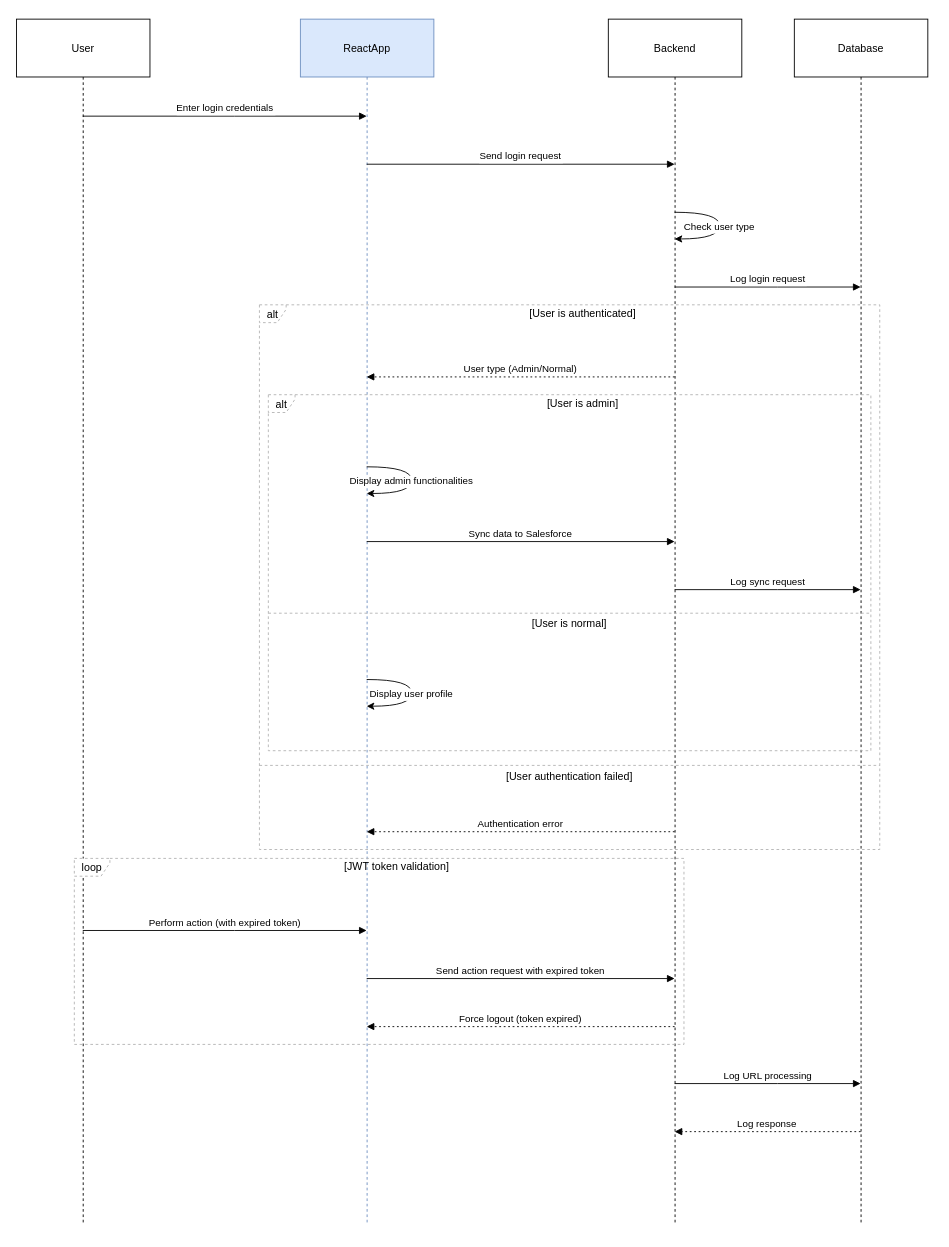
Before: Sahaj.drawio in gauravsfdcdev/Test-branch, a draw.io diagram. Source tidied: cells renumbered, new cells numbered last; positions are measured from the earlier drawing's top-left corner, leaving out a move shared by most shapes. Both pictures are drawn from the tidied source at 89%, with x=0, y=0 at pixel (16, 19).
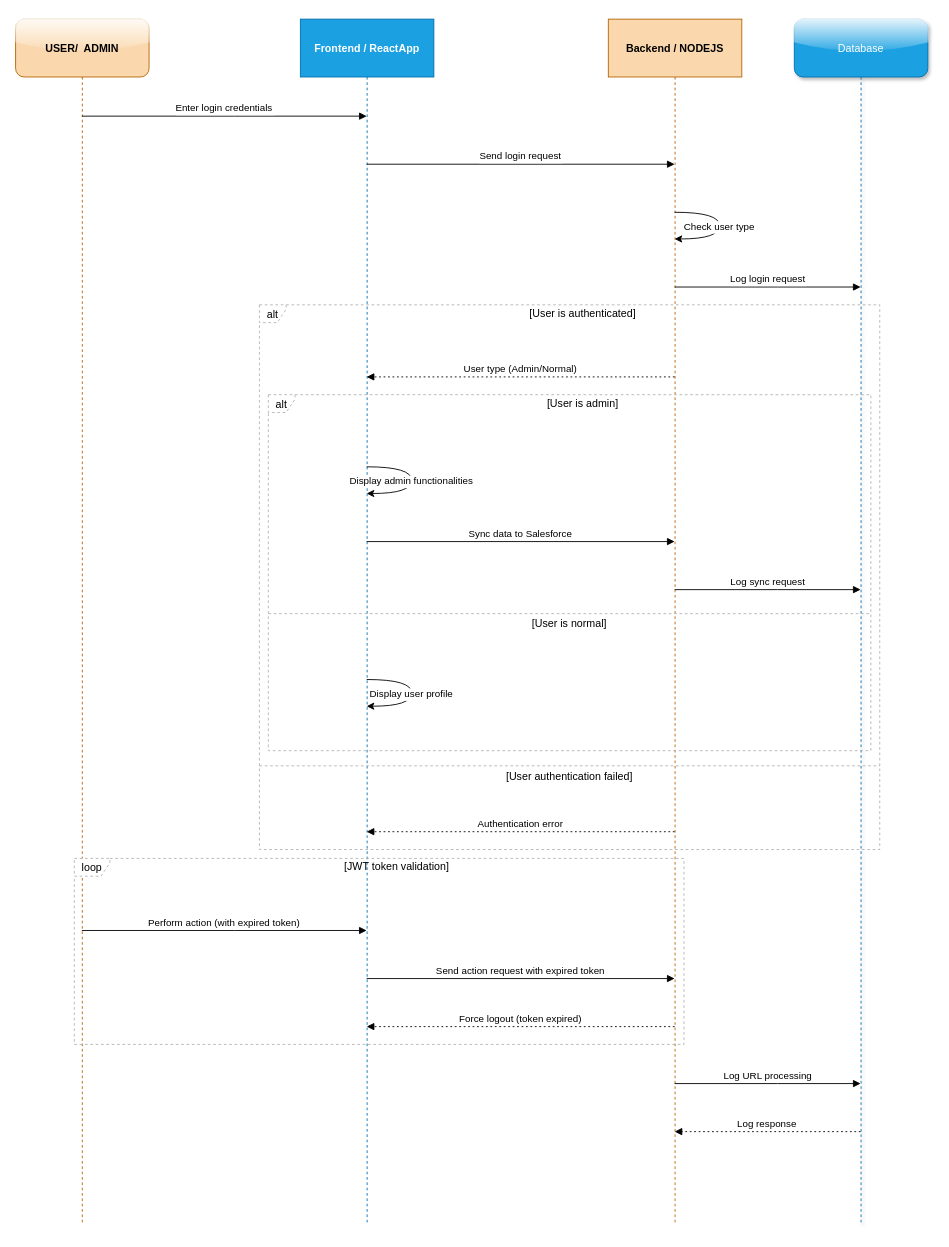
Above is the later version.

Change to the diagram source:
```diff
@@
-    <mxCell id="2" value="User" style="shape=umlLifeline;perimeter=lifelinePerimeter;whiteSpace=wrap;outlineConnect=0;portConstraint=eastwest;newEdgeStyle={&quot;edgeStyle&quot;:&quot;elbowEdgeStyle&quot;,&quot;elbow&quot;:&quot;vertical&quot;,&quot;curved&quot;:0,&quot;rounded&quot;:0};size=65;" parent="1" vertex="1">
-      <mxGeometry width="150" height="1355" as="geometry" />
-    </mxCell>
-    <mxCell id="3" value="ReactApp" style="shape=umlLifeline;perimeter=lifelinePerimeter;whiteSpace=wrap;outlineConnect=0;portConstraint=eastwest;newEdgeStyle={&quot;edgeStyle&quot;:&quot;elbowEdgeStyle&quot;,&quot;elbow&quot;:&quot;vertical&quot;,&quot;curved&quot;:0,&quot;rounded&quot;:0};size=65;fillColor=#dae8fc;strokeColor=#6c8ebf;" parent="1" vertex="1">
-      <mxGeometry x="319" width="150" height="1355" as="geometry" />
-    </mxCell>
-    <mxCell id="4" value="Backend" style="shape=umlLifeline;perimeter=lifelinePerimeter;whiteSpace=wrap;outlineConnect=0;portConstraint=eastwest;newEdgeStyle={&quot;edgeStyle&quot;:&quot;elbowEdgeStyle&quot;,&quot;elbow&quot;:&quot;vertical&quot;,&quot;curved&quot;:0,&quot;rounded&quot;:0};size=65;" parent="1" vertex="1">
-      <mxGeometry x="665" width="150" height="1355" as="geometry" />
-    </mxCell>
+    <mxCell id="29" value="USER/  ADMIN" style="shape=umlLifeline;perimeter=lifelinePerimeter;whiteSpace=wrap;outlineConnect=0;portConstraint=eastwest;newEdgeStyle={&quot;edgeStyle&quot;:&quot;elbowEdgeStyle&quot;,&quot;elbow&quot;:&quot;vertical&quot;,&quot;curved&quot;:0,&quot;rounded&quot;:0};size=65;fontStyle=1;fillColor=#fad7ac;strokeColor=#b46504;rounded=1;glass=1;" parent="1" vertex="1">
+      <mxGeometry x="-1" width="150" height="1355" as="geometry" />
+    </mxCell>
+    <mxCell id="30" value="Frontend / ReactApp" style="shape=umlLifeline;perimeter=lifelinePerimeter;whiteSpace=wrap;outlineConnect=0;portConstraint=eastwest;newEdgeStyle={&quot;edgeStyle&quot;:&quot;elbowEdgeStyle&quot;,&quot;elbow&quot;:&quot;vertical&quot;,&quot;curved&quot;:0,&quot;rounded&quot;:0};size=65;fontStyle=1;fillColor=#1ba1e2;fontColor=#ffffff;strokeColor=#006EAF;gradientColor=none;" parent="1" vertex="1">
+      <mxGeometry x="319" width="150" height="1355" as="geometry" />
+    </mxCell>
+    <mxCell id="31" value="Backend / NODEJS" style="shape=umlLifeline;perimeter=lifelinePerimeter;whiteSpace=wrap;outlineConnect=0;portConstraint=eastwest;newEdgeStyle={&quot;edgeStyle&quot;:&quot;elbowEdgeStyle&quot;,&quot;elbow&quot;:&quot;vertical&quot;,&quot;curved&quot;:0,&quot;rounded&quot;:0};size=65;fontStyle=1;fillColor=#fad7ac;strokeColor=#b46504;" parent="1" vertex="1">
+      <mxGeometry x="665" width="150" height="1355" as="geometry" />
+    </mxCell>
-    <mxCell id="5" value="Database" style="shape=umlLifeline;perimeter=lifelinePerimeter;whiteSpace=wrap;outlineConnect=0;portConstraint=eastwest;newEdgeStyle={&quot;edgeStyle&quot;:&quot;elbowEdgeStyle&quot;,&quot;elbow&quot;:&quot;vertical&quot;,&quot;curved&quot;:0,&quot;rounded&quot;:0};size=65;" parent="1" vertex="1">
+    <mxCell id="5" value="Database" style="shape=umlLifeline;perimeter=lifelinePerimeter;whiteSpace=wrap;outlineConnect=0;portConstraint=eastwest;newEdgeStyle={&quot;edgeStyle&quot;:&quot;elbowEdgeStyle&quot;,&quot;elbow&quot;:&quot;vertical&quot;,&quot;curved&quot;:0,&quot;rounded&quot;:0};size=65;fillColor=#1ba1e2;fontColor=#ffffff;strokeColor=#006EAF;rounded=1;glass=1;shadow=1;" parent="1" vertex="1">
       <mxGeometry x="874" width="150" height="1355" as="geometry" />
     </mxCell>
-    <mxCell id="6" value="alt" style="shape=umlFrame;dashed=1;strokeColor=#B3B3B3;height=20;width=30;" parent="1" vertex="1">
-      <mxGeometry x="283" y="422" width="677" height="400" as="geometry" />
-    </mxCell>
+    <mxCell id="32" value="alt" style="shape=umlFrame;dashed=1;strokeColor=#B3B3B3;height=20;width=30;" parent="1" vertex="1">
+      <mxGeometry x="283" y="422" width="677" height="400" as="geometry" />
+    </mxCell>
-    <mxCell id="7" value="[User is admin]" style="text;strokeColor=none;fillColor=none;align=center;verticalAlign=middle;whiteSpace=wrap;" parent="6" vertex="1">
+    <mxCell id="7" value="[User is admin]" style="text;strokeColor=none;fillColor=none;align=center;verticalAlign=middle;whiteSpace=wrap;" parent="32" vertex="1">
       <mxGeometry x="30" width="647" height="20" as="geometry" />
     </mxCell>
-    <mxCell id="8" value="[User is normal]" style="shape=line;dashed=1;whiteSpace=wrap;verticalAlign=top;labelPosition=center;verticalLabelPosition=middle;align=center;strokeColor=#B3B3B3;" parent="6" vertex="1">
-      <mxGeometry y="244" width="677" height="3" as="geometry" />
+    <mxCell id="8" value="[User is normal]" style="shape=line;dashed=1;whiteSpace=wrap;verticalAlign=top;labelPosition=center;verticalLabelPosition=middle;align=center;strokeColor=#B3B3B3;" parent="32" vertex="1">
+      <mxGeometry y="244" width="677" height="4" as="geometry" />
     </mxCell>
-    <mxCell id="9" value="alt" style="shape=umlFrame;dashed=1;strokeColor=#B3B3B3;height=20;width=30;" parent="1" vertex="1">
-      <mxGeometry x="273" y="321" width="697" height="612" as="geometry" />
-    </mxCell>
+    <mxCell id="33" value="alt" style="shape=umlFrame;dashed=1;strokeColor=#B3B3B3;height=20;width=30;" parent="1" vertex="1">
+      <mxGeometry x="273" y="321" width="697" height="612" as="geometry" />
+    </mxCell>
-    <mxCell id="10" value="[User is authenticated]" style="text;strokeColor=none;fillColor=none;align=center;verticalAlign=middle;whiteSpace=wrap;" parent="9" vertex="1">
+    <mxCell id="10" value="[User is authenticated]" style="text;strokeColor=none;fillColor=none;align=center;verticalAlign=middle;whiteSpace=wrap;" parent="33" vertex="1">
       <mxGeometry x="30" width="667" height="20" as="geometry" />
     </mxCell>
-    <mxCell id="11" value="[User authentication failed]" style="shape=line;dashed=1;whiteSpace=wrap;verticalAlign=top;labelPosition=center;verticalLabelPosition=middle;align=center;strokeColor=#B3B3B3;" parent="9" vertex="1">
-      <mxGeometry y="516" width="697" height="3" as="geometry" />
+    <mxCell id="11" value="[User authentication failed]" style="shape=line;dashed=1;whiteSpace=wrap;verticalAlign=top;labelPosition=center;verticalLabelPosition=middle;align=center;strokeColor=#B3B3B3;" parent="33" vertex="1">
+      <mxGeometry y="516" width="697" height="4" as="geometry" />
     </mxCell>
@@
-    <mxCell id="14" value="Enter login credentials" style="verticalAlign=bottom;endArrow=block;edgeStyle=elbowEdgeStyle;elbow=vertical;curved=0;rounded=0;" parent="1" edge="1" source="2" target="3">
+    <mxCell id="14" value="Enter login credentials" style="verticalAlign=bottom;endArrow=block;edgeStyle=elbowEdgeStyle;elbow=vertical;curved=0;rounded=0;" parent="1" edge="1" source="29" target="30">
       <mxGeometry relative="1" as="geometry">
         <Array as="points">
           <mxPoint x="245" y="109" />
         </Array>
       </mxGeometry>
     </mxCell>
-    <mxCell id="15" value="Send login request" style="verticalAlign=bottom;endArrow=block;edgeStyle=elbowEdgeStyle;elbow=vertical;curved=0;rounded=0;" parent="1" edge="1" source="3" target="4">
+    <mxCell id="15" value="Send login request" style="verticalAlign=bottom;endArrow=block;edgeStyle=elbowEdgeStyle;elbow=vertical;curved=0;rounded=0;" parent="1" edge="1" source="30" target="31">
       <mxGeometry relative="1" as="geometry">
         <Array as="points">
           <mxPoint x="577" y="163" />
         </Array>
       </mxGeometry>
     </mxCell>
-    <mxCell id="16" value="Check user type" style="curved=1;rounded=0;" parent="1" edge="1" source="4" target="4">
+    <mxCell id="16" value="Check user type" style="curved=1;rounded=0;" parent="1" edge="1" source="31" target="31">
       <mxGeometry relative="1" as="geometry">
         <Array as="points">
           <mxPoint x="790" y="217" />
           <mxPoint x="790" y="247" />
         </Array>
       </mxGeometry>
     </mxCell>
-    <mxCell id="17" value="Log login request" style="verticalAlign=bottom;endArrow=block;edgeStyle=elbowEdgeStyle;elbow=vertical;curved=0;rounded=0;" parent="1" edge="1" source="4" target="5">
+    <mxCell id="17" value="Log login request" style="verticalAlign=bottom;endArrow=block;edgeStyle=elbowEdgeStyle;elbow=vertical;curved=0;rounded=0;" parent="1" edge="1" source="31" target="5">
       <mxGeometry relative="1" as="geometry">
         <Array as="points">
           <mxPoint x="855" y="301" />
         </Array>
       </mxGeometry>
     </mxCell>
-    <mxCell id="18" value="User type (Admin/Normal)" style="verticalAlign=bottom;endArrow=block;edgeStyle=elbowEdgeStyle;elbow=vertical;curved=0;rounded=0;dashed=1;dashPattern=2 3;" parent="1" edge="1" source="4" target="3">
+    <mxCell id="18" value="User type (Admin/Normal)" style="verticalAlign=bottom;endArrow=block;edgeStyle=elbowEdgeStyle;elbow=vertical;curved=0;rounded=0;dashed=1;dashPattern=2 3;" parent="1" edge="1" source="31" target="30">
       <mxGeometry relative="1" as="geometry">
         <Array as="points">
           <mxPoint x="577" y="402" />
         </Array>
       </mxGeometry>
     </mxCell>
-    <mxCell id="19" value="Display admin functionalities" style="curved=1;rounded=0;" parent="1" edge="1" source="3" target="3">
+    <mxCell id="19" value="Display admin functionalities" style="curved=1;rounded=0;" parent="1" edge="1" source="30" target="30">
       <mxGeometry relative="1" as="geometry">
         <Array as="points">
           <mxPoint x="444" y="503" />
           <mxPoint x="444" y="533" />
         </Array>
       </mxGeometry>
     </mxCell>
-    <mxCell id="20" value="Sync data to Salesforce" style="verticalAlign=bottom;endArrow=block;edgeStyle=elbowEdgeStyle;elbow=vertical;curved=0;rounded=0;" parent="1" edge="1" source="3" target="4">
+    <mxCell id="20" value="Sync data to Salesforce" style="verticalAlign=bottom;endArrow=block;edgeStyle=elbowEdgeStyle;elbow=vertical;curved=0;rounded=0;" parent="1" edge="1" source="30" target="31">
       <mxGeometry relative="1" as="geometry">
         <Array as="points">
           <mxPoint x="577" y="587" />
         </Array>
       </mxGeometry>
     </mxCell>
-    <mxCell id="21" value="Log sync request" style="verticalAlign=bottom;endArrow=block;edgeStyle=elbowEdgeStyle;elbow=vertical;curved=0;rounded=0;" parent="1" edge="1" source="4" target="5">
+    <mxCell id="21" value="Log sync request" style="verticalAlign=bottom;endArrow=block;edgeStyle=elbowEdgeStyle;elbow=vertical;curved=0;rounded=0;" parent="1" edge="1" source="31" target="5">
       <mxGeometry relative="1" as="geometry">
         <Array as="points">
           <mxPoint x="855" y="641" />
         </Array>
       </mxGeometry>
     </mxCell>
-    <mxCell id="22" value="Display user profile" style="curved=1;rounded=0;" parent="1" edge="1" source="3" target="3">
+    <mxCell id="22" value="Display user profile" style="curved=1;rounded=0;" parent="1" edge="1" source="30" target="30">
       <mxGeometry relative="1" as="geometry">
         <Array as="points">
           <mxPoint x="444" y="742" />
           <mxPoint x="444" y="772" />
         </Array>
       </mxGeometry>
     </mxCell>
-    <mxCell id="23" value="Authentication error" style="verticalAlign=bottom;endArrow=block;edgeStyle=elbowEdgeStyle;elbow=vertical;curved=0;rounded=0;dashed=1;dashPattern=2 3;" parent="1" edge="1" source="4" target="3">
+    <mxCell id="23" value="Authentication error" style="verticalAlign=bottom;endArrow=block;edgeStyle=elbowEdgeStyle;elbow=vertical;curved=0;rounded=0;dashed=1;dashPattern=2 3;" parent="1" edge="1" source="31" target="30">
       <mxGeometry relative="1" as="geometry">
         <Array as="points">
           <mxPoint x="577" y="913" />
         </Array>
       </mxGeometry>
     </mxCell>
-    <mxCell id="24" value="Perform action (with expired token)" style="verticalAlign=bottom;endArrow=block;edgeStyle=elbowEdgeStyle;elbow=vertical;curved=0;rounded=0;" parent="1" edge="1" source="2" target="3">
+    <mxCell id="24" value="Perform action (with expired token)" style="verticalAlign=bottom;endArrow=block;edgeStyle=elbowEdgeStyle;elbow=vertical;curved=0;rounded=0;" parent="1" edge="1" source="29" target="30">
       <mxGeometry relative="1" as="geometry">
         <Array as="points">
           <mxPoint x="245" y="1024" />
         </Array>
       </mxGeometry>
     </mxCell>
-    <mxCell id="25" value="Send action request with expired token" style="verticalAlign=bottom;endArrow=block;edgeStyle=elbowEdgeStyle;elbow=vertical;curved=0;rounded=0;" parent="1" edge="1" source="3" target="4">
+    <mxCell id="25" value="Send action request with expired token" style="verticalAlign=bottom;endArrow=block;edgeStyle=elbowEdgeStyle;elbow=vertical;curved=0;rounded=0;" parent="1" edge="1" source="30" target="31">
       <mxGeometry relative="1" as="geometry">
         <Array as="points">
           <mxPoint x="577" y="1078" />
         </Array>
       </mxGeometry>
     </mxCell>
-    <mxCell id="26" value="Force logout (token expired)" style="verticalAlign=bottom;endArrow=block;edgeStyle=elbowEdgeStyle;elbow=vertical;curved=0;rounded=0;dashed=1;dashPattern=2 3;" parent="1" edge="1" source="4" target="3">
+    <mxCell id="26" value="Force logout (token expired)" style="verticalAlign=bottom;endArrow=block;edgeStyle=elbowEdgeStyle;elbow=vertical;curved=0;rounded=0;dashed=1;dashPattern=2 3;" parent="1" edge="1" source="31" target="30">
       <mxGeometry relative="1" as="geometry">
         <Array as="points">
           <mxPoint x="577" y="1132" />
         </Array>
       </mxGeometry>
     </mxCell>
-    <mxCell id="27" value="Log URL processing" style="verticalAlign=bottom;endArrow=block;edgeStyle=elbowEdgeStyle;elbow=vertical;curved=0;rounded=0;" parent="1" edge="1" source="4" target="5">
+    <mxCell id="27" value="Log URL processing" style="verticalAlign=bottom;endArrow=block;edgeStyle=elbowEdgeStyle;elbow=vertical;curved=0;rounded=0;" parent="1" edge="1" source="31" target="5">
       <mxGeometry relative="1" as="geometry">
         <Array as="points">
           <mxPoint x="855" y="1196" />
         </Array>
       </mxGeometry>
     </mxCell>
-    <mxCell id="28" value="Log response" style="verticalAlign=bottom;endArrow=block;edgeStyle=elbowEdgeStyle;elbow=vertical;curved=0;rounded=0;dashed=1;dashPattern=2 3;" parent="1" edge="1" source="5" target="4">
+    <mxCell id="28" value="Log response" style="verticalAlign=bottom;endArrow=block;edgeStyle=elbowEdgeStyle;elbow=vertical;curved=0;rounded=0;dashed=1;dashPattern=2 3;" parent="1" edge="1" source="5" target="31">
       <mxGeometry relative="1" as="geometry">
         <Array as="points">
           <mxPoint x="855" y="1250" />
         </Array>
       </mxGeometry>
     </mxCell>
```
